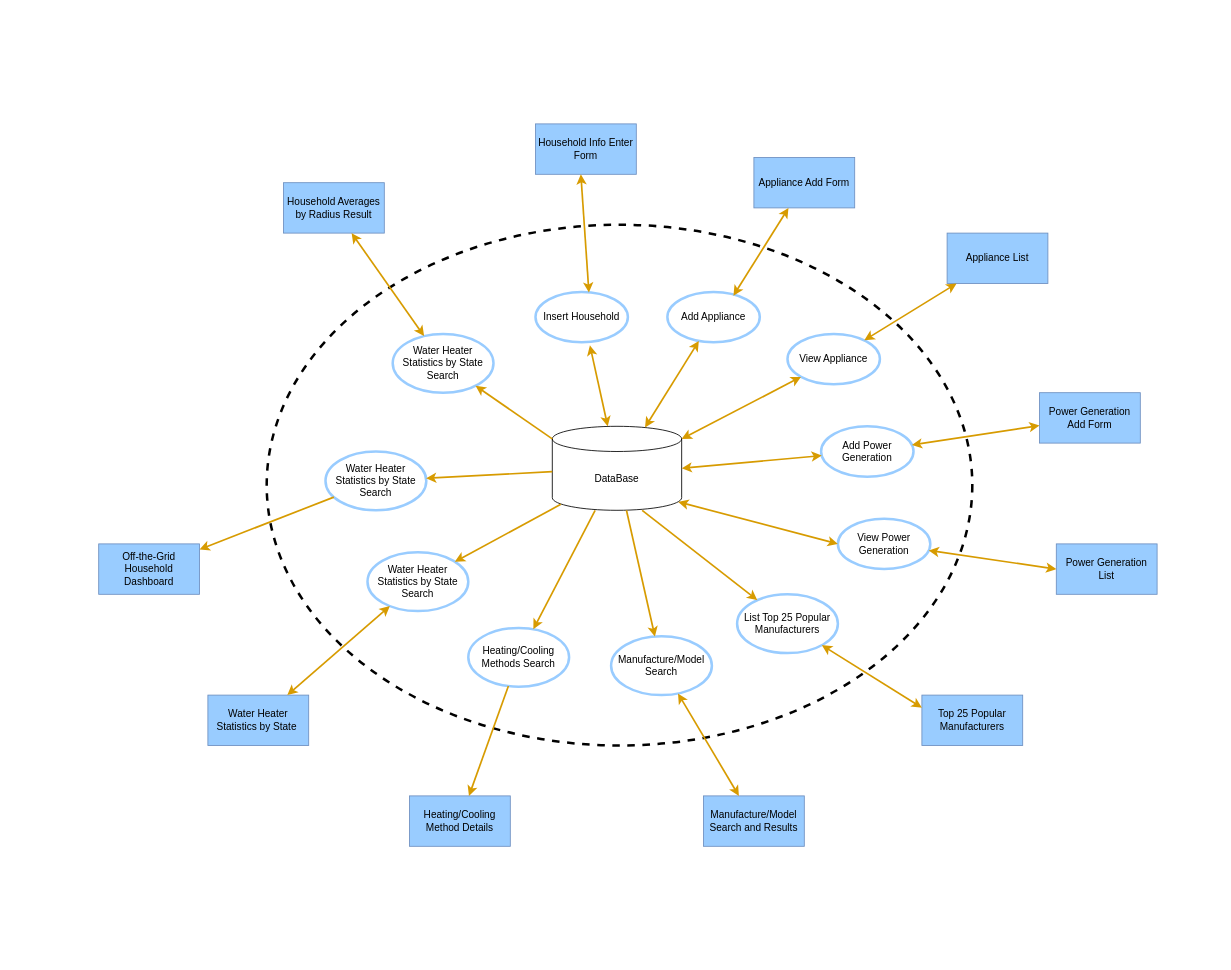
This is IFD.drawio from isteven-shu/image-library, a draw.io file, before an edit. Source tidied: cells renumbered, new cells numbered last; positions are measured from the earlier drawing's top-left corner, leaving out a move shared by most shapes. Both pictures are drawn from the tidied source at 84%, with x=0, y=0 at pixel (98, 123).
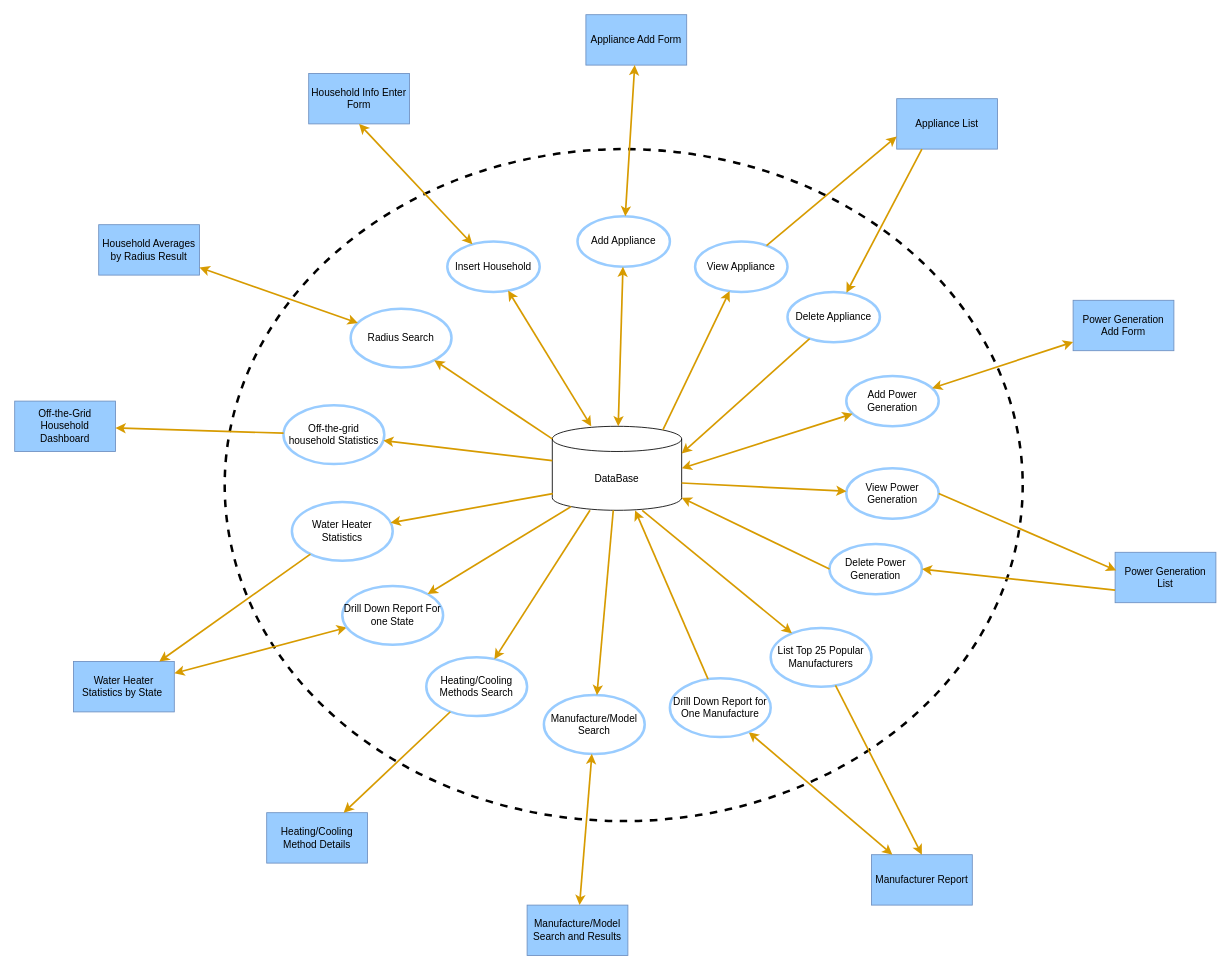
The same diagram, later.

The change refers to these unchanged cells:
```xml
<mxCell id="3" value="DataBase" style="shape=cylinder3;whiteSpace=wrap;html=1;boundedLbl=1;backgroundOutline=1;size=15;" parent="1" vertex="1">
  <mxGeometry x="540" y="360" width="154" height="100" as="geometry" />
</mxCell>
```

What changed in the source:
```diff
@@
     <mxCell id="2" style="ellipse;whiteSpace=wrap;html=1;strokeWidth=3;fillStyle=dots;dashed=1;fillColor=none;" parent="1" vertex="1">
-      <mxGeometry x="200" y="120" width="840" height="620" as="geometry" />
+      <mxGeometry x="150" y="30" width="950" height="800" as="geometry" />
     </mxCell>
@@
     <mxCell id="4" value="Household Info Enter Form" style="rounded=0;whiteSpace=wrap;html=1;fillColor=#99CCFF;strokeColor=#6c8ebf;" parent="1" vertex="1">
-      <mxGeometry x="520" width="120" height="60" as="geometry" />
+      <mxGeometry x="250" y="-60" width="120" height="60" as="geometry" />
     </mxCell>
     <mxCell id="5" value="Insert Household" style="ellipse;whiteSpace=wrap;html=1;strokeColor=#99CCFF;strokeWidth=3;" parent="1" vertex="1">
-      <mxGeometry x="520" y="200" width="110" height="60" as="geometry" />
+      <mxGeometry x="415" y="140" width="110" height="60" as="geometry" />
     </mxCell>
     <mxCell id="6" value="Appliance Add Form" style="rounded=0;whiteSpace=wrap;html=1;fillColor=#99CCFF;strokeColor=#6c8ebf;" parent="1" vertex="1">
-      <mxGeometry x="780" y="40" width="120" height="60" as="geometry" />
+      <mxGeometry x="580" y="-130" width="120" height="60" as="geometry" />
     </mxCell>
     <mxCell id="7" value="Add Appliance" style="ellipse;whiteSpace=wrap;html=1;strokeColor=#99CCFF;strokeWidth=3;" parent="1" vertex="1">
-      <mxGeometry x="677" y="200" width="110" height="60" as="geometry" />
+      <mxGeometry x="570" y="110" width="110" height="60" as="geometry" />
     </mxCell>
     <mxCell id="8" value="Appliance List" style="rounded=0;whiteSpace=wrap;html=1;fillColor=#99CCFF;strokeColor=#6c8ebf;" parent="1" vertex="1">
-      <mxGeometry x="1010" y="130" width="120" height="60" as="geometry" />
+      <mxGeometry x="950" y="-30" width="120" height="60" as="geometry" />
     </mxCell>
     <mxCell id="9" value="View Appliance" style="ellipse;whiteSpace=wrap;html=1;strokeColor=#99CCFF;strokeWidth=3;" parent="1" vertex="1">
-      <mxGeometry x="820" y="250" width="110" height="60" as="geometry" />
+      <mxGeometry x="710" y="140" width="110" height="60" as="geometry" />
     </mxCell>
     <mxCell id="10" value="Power Generation Add Form" style="rounded=0;whiteSpace=wrap;html=1;fillColor=#99CCFF;strokeColor=#6c8ebf;" parent="1" vertex="1">
-      <mxGeometry x="1120" y="320" width="120" height="60" as="geometry" />
+      <mxGeometry x="1160" y="210" width="120" height="60" as="geometry" />
     </mxCell>
     <mxCell id="11" value="Add Power Generation" style="ellipse;whiteSpace=wrap;html=1;strokeColor=#99CCFF;strokeWidth=3;" parent="1" vertex="1">
-      <mxGeometry x="860" y="360" width="110" height="60" as="geometry" />
+      <mxGeometry x="890" y="300" width="110" height="60" as="geometry" />
     </mxCell>
     <mxCell id="12" value="Power Generation List" style="rounded=0;whiteSpace=wrap;html=1;fillColor=#99CCFF;strokeColor=#6c8ebf;" parent="1" vertex="1">
-      <mxGeometry x="1140" y="500" width="120" height="60" as="geometry" />
+      <mxGeometry x="1210" y="510" width="120" height="60" as="geometry" />
     </mxCell>
     <mxCell id="13" value="View Power Generation" style="ellipse;whiteSpace=wrap;html=1;strokeColor=#99CCFF;strokeWidth=3;" parent="1" vertex="1">
-      <mxGeometry x="880" y="470" width="110" height="60" as="geometry" />
+      <mxGeometry x="890" y="410" width="110" height="60" as="geometry" />
     </mxCell>
     <mxCell id="14" value="List Top 25 Popular Manufacturers" style="ellipse;whiteSpace=wrap;html=1;strokeColor=#99CCFF;strokeWidth=3;" parent="1" vertex="1">
-      <mxGeometry x="760" y="560" width="120" height="70" as="geometry" />
+      <mxGeometry x="800" y="600" width="120" height="70" as="geometry" />
     </mxCell>
-    <mxCell id="15" value="Top 25 Popular Manufacturers" style="rounded=0;whiteSpace=wrap;html=1;fillColor=#99CCFF;strokeColor=#6c8ebf;" parent="1" vertex="1">
-      <mxGeometry x="980" y="680" width="120" height="60" as="geometry" />
+    <mxCell id="15" value="Manufacturer Report" style="rounded=0;whiteSpace=wrap;html=1;fillColor=#99CCFF;strokeColor=#6c8ebf;" parent="1" vertex="1">
+      <mxGeometry x="920" y="870" width="120" height="60" as="geometry" />
     </mxCell>
@@
     <mxCell id="17" value="Manufacture/Model Search and Results" style="rounded=0;whiteSpace=wrap;html=1;fillColor=#99CCFF;strokeColor=#6c8ebf;" parent="1" vertex="1">
-      <mxGeometry x="720" y="800" width="120" height="60" as="geometry" />
+      <mxGeometry x="510" y="930" width="120" height="60" as="geometry" />
     </mxCell>
     <mxCell id="18" value="Manufacture/Model Search" style="ellipse;whiteSpace=wrap;html=1;strokeColor=#99CCFF;strokeWidth=3;" parent="1" vertex="1">
-      <mxGeometry x="610" y="610" width="120" height="70" as="geometry" />
+      <mxGeometry x="530" y="680" width="120" height="70" as="geometry" />
     </mxCell>
@@
     <mxCell id="21" value="Heating/Cooling Method Details" style="rounded=0;whiteSpace=wrap;html=1;fillColor=#99CCFF;strokeColor=#6c8ebf;" parent="1" vertex="1">
-      <mxGeometry x="370" y="800" width="120" height="60" as="geometry" />
+      <mxGeometry x="200" y="820" width="120" height="60" as="geometry" />
     </mxCell>
     <mxCell id="22" value="Heating/Cooling Methods Search" style="ellipse;whiteSpace=wrap;html=1;strokeColor=#99CCFF;strokeWidth=3;" parent="1" vertex="1">
-      <mxGeometry x="440" y="600" width="120" height="70" as="geometry" />
+      <mxGeometry x="390" y="635" width="120" height="70" as="geometry" />
     </mxCell>
@@
     <mxCell id="25" value="Water Heater Statistics by State&amp;nbsp;" style="rounded=0;whiteSpace=wrap;html=1;fillColor=#99CCFF;strokeColor=#6c8ebf;" parent="1" vertex="1">
-      <mxGeometry x="130" y="680" width="120" height="60" as="geometry" />
+      <mxGeometry x="-30" y="640" width="120" height="60" as="geometry" />
     </mxCell>
-    <mxCell id="26" value="Water Heater Statistics by State Search" style="ellipse;whiteSpace=wrap;html=1;strokeColor=#99CCFF;strokeWidth=3;" parent="1" vertex="1">
-      <mxGeometry x="320" y="510" width="120" height="70" as="geometry" />
+    <mxCell id="26" value="Water Heater Statistics" style="ellipse;whiteSpace=wrap;html=1;strokeColor=#99CCFF;strokeWidth=3;" parent="1" vertex="1">
+      <mxGeometry x="230" y="450" width="120" height="70" as="geometry" />
     </mxCell>
-    <mxCell id="27" style="endArrow=classic;html=1;rounded=0;fillColor=#ffe6cc;strokeColor=#d79b00;strokeWidth=2;exitX=0.066;exitY=0.929;exitDx=0;exitDy=0;exitPerimeter=0;" parent="1" edge="1" source="3" target="26">
+    <mxCell id="27" style="endArrow=classic;html=1;rounded=0;fillColor=#ffe6cc;strokeColor=#d79b00;strokeWidth=2;exitX=0.004;exitY=0.802;exitDx=0;exitDy=0;exitPerimeter=0;" parent="1" edge="1" source="3" target="26">
       <mxGeometry relative="1" as="geometry" />
     </mxCell>
     <mxCell id="28" value="Off-the-Grid Household Dashboard" style="rounded=0;whiteSpace=wrap;html=1;fillColor=#99CCFF;strokeColor=#6c8ebf;" parent="1" vertex="1">
-      <mxGeometry y="500" width="120" height="60" as="geometry" />
+      <mxGeometry x="-100" y="330" width="120" height="60" as="geometry" />
     </mxCell>
-    <mxCell id="29" value="Water Heater Statistics by State Search" style="ellipse;whiteSpace=wrap;html=1;strokeColor=#99CCFF;strokeWidth=3;" parent="1" vertex="1">
-      <mxGeometry x="270" y="390" width="120" height="70" as="geometry" />
+    <mxCell id="29" value="Off-the-grid household Statistics" style="ellipse;whiteSpace=wrap;html=1;strokeColor=#99CCFF;strokeWidth=3;" parent="1" vertex="1">
+      <mxGeometry x="220" y="335" width="120" height="70" as="geometry" />
     </mxCell>
@@
     <mxCell id="32" value="Household Averages by Radius Result" style="rounded=0;whiteSpace=wrap;html=1;fillColor=#99CCFF;strokeColor=#6c8ebf;" parent="1" vertex="1">
-      <mxGeometry x="220" y="70" width="120" height="60" as="geometry" />
+      <mxGeometry y="120" width="120" height="60" as="geometry" />
     </mxCell>
-    <mxCell id="33" value="Water Heater Statistics by State Search" style="ellipse;whiteSpace=wrap;html=1;strokeColor=#99CCFF;strokeWidth=3;" parent="1" vertex="1">
-      <mxGeometry x="350" y="250" width="120" height="70" as="geometry" />
+    <mxCell id="33" value="Radius Search" style="ellipse;whiteSpace=wrap;html=1;strokeColor=#99CCFF;strokeWidth=3;" parent="1" vertex="1">
+      <mxGeometry x="300" y="220" width="120" height="70" as="geometry" />
     </mxCell>
@@
-    <mxCell id="35" style="endArrow=classic;startArrow=classic;html=1;rounded=0;strokeWidth=2;strokeColor=#d79b00;fillColor=#ffe6cc;" parent="1" edge="1" source="8" target="9">
-      <mxGeometry relative="1" as="geometry" />
-    </mxCell>
-    <mxCell id="36" style="endArrow=classic;startArrow=classic;html=1;rounded=0;strokeWidth=2;strokeColor=#d79b00;fillColor=#ffe6cc;entryX=0;entryY=1;entryDx=0;entryDy=0;exitX=1;exitY=0;exitDx=0;exitDy=15;exitPerimeter=0;" parent="1" edge="1" source="3" target="9">
-      <mxGeometry relative="1" as="geometry" />
-    </mxCell>
-    <mxCell id="37" style="endArrow=classic;startArrow=classic;html=1;rounded=0;strokeWidth=2;strokeColor=#d79b00;fillColor=#ffe6cc;exitX=0;exitY=0.5;exitDx=0;exitDy=0;" parent="1" edge="1" source="13">
-      <mxGeometry relative="1" as="geometry">
-        <mxPoint x="690" y="450" as="targetPoint" />
-      </mxGeometry>
-    </mxCell>
-    <mxCell id="38" style="endArrow=classic;startArrow=classic;html=1;rounded=0;strokeWidth=2;strokeColor=#d79b00;fillColor=#ffe6cc;exitX=0;exitY=0.5;exitDx=0;exitDy=0;" parent="1" edge="1" source="12" target="13">
-      <mxGeometry relative="1" as="geometry" />
-    </mxCell>
@@
-    <mxCell id="40" style="endArrow=classic;startArrow=classic;html=1;rounded=0;strokeWidth=2;strokeColor=#d79b00;fillColor=#ffe6cc;exitX=0.578;exitY=0.013;exitDx=0;exitDy=0;exitPerimeter=0;" parent="1" edge="1" source="5">
-      <mxGeometry relative="1" as="geometry">
-        <mxPoint x="574" y="60" as="targetPoint" />
-      </mxGeometry>
+    <mxCell id="40" style="endArrow=classic;startArrow=classic;html=1;rounded=0;strokeWidth=2;strokeColor=#d79b00;fillColor=#ffe6cc;entryX=0.5;entryY=1;entryDx=0;entryDy=0;" parent="1" edge="1" source="5" target="4">
+      <mxGeometry relative="1" as="geometry" />
     </mxCell>
-    <mxCell id="41" style="endArrow=classic;startArrow=classic;html=1;rounded=0;strokeWidth=2;strokeColor=#d79b00;fillColor=#ffe6cc;entryX=0.589;entryY=1.061;entryDx=0;entryDy=0;entryPerimeter=0;" parent="1" edge="1" source="3" target="5">
+    <mxCell id="41" style="endArrow=classic;startArrow=classic;html=1;rounded=0;strokeWidth=2;strokeColor=#d79b00;fillColor=#ffe6cc;" parent="1" edge="1" source="3" target="5">
       <mxGeometry relative="1" as="geometry" />
     </mxCell>
-    <mxCell id="42" style="endArrow=classic;startArrow=classic;html=1;rounded=0;strokeWidth=2;strokeColor=#d79b00;fillColor=#ffe6cc;exitX=0.717;exitY=0.013;exitDx=0;exitDy=0;exitPerimeter=0;" parent="1" edge="1" source="3" target="7">
+    <mxCell id="42" style="endArrow=classic;startArrow=classic;html=1;rounded=0;strokeWidth=2;strokeColor=#d79b00;fillColor=#ffe6cc;" parent="1" edge="1" source="3" target="7">
       <mxGeometry relative="1" as="geometry" />
     </mxCell>
-    <mxCell id="43" style="endArrow=classic;startArrow=classic;html=1;rounded=0;strokeWidth=2;strokeColor=#d79b00;fillColor=#ffe6cc;exitX=0.715;exitY=0.074;exitDx=0;exitDy=0;exitPerimeter=0;" parent="1" edge="1" source="7" target="6">
+    <mxCell id="43" style="endArrow=classic;startArrow=classic;html=1;rounded=0;strokeWidth=2;strokeColor=#d79b00;fillColor=#ffe6cc;" parent="1" edge="1" source="7" target="6">
       <mxGeometry relative="1" as="geometry" />
     </mxCell>
@@
-    <mxCell id="46" style="endArrow=classic;startArrow=classic;html=1;rounded=0;strokeWidth=2;strokeColor=#d79b00;fillColor=#ffe6cc;entryX=0;entryY=0.25;entryDx=0;entryDy=0;" parent="1" edge="1" source="14" target="15">
+    <mxCell id="46" style="endArrow=classic;startArrow=classic;html=1;rounded=0;strokeWidth=2;strokeColor=#d79b00;fillColor=#ffe6cc;" parent="1" edge="1" source="57" target="15">
       <mxGeometry relative="1" as="geometry" />
     </mxCell>
-    <mxCell id="47" style="endArrow=classic;startArrow=classic;html=1;rounded=0;strokeWidth=2;strokeColor=#d79b00;fillColor=#ffe6cc;" parent="1" edge="1" source="25" target="26">
+    <mxCell id="47" style="endArrow=classic;startArrow=classic;html=1;rounded=0;strokeWidth=2;strokeColor=#d79b00;fillColor=#ffe6cc;" parent="1" edge="1" source="25" target="60">
       <mxGeometry relative="1" as="geometry" />
     </mxCell>
+    <mxCell id="36" style="endArrow=classic;html=1;rounded=0;fillColor=#ffe6cc;strokeColor=#d79b00;strokeWidth=2;exitX=0.855;exitY=0;exitDx=0;exitDy=4.35;exitPerimeter=0;" parent="1" edge="1" source="3" target="9">
+      <mxGeometry relative="1" as="geometry" />
+    </mxCell>
+    <mxCell id="48" style="endArrow=classic;html=1;rounded=0;fillColor=#ffe6cc;strokeColor=#d79b00;strokeWidth=2;entryX=0;entryY=0.75;entryDx=0;entryDy=0;" parent="1" edge="1" source="9" target="8">
+      <mxGeometry relative="1" as="geometry" />
+    </mxCell>
+    <mxCell id="49" value="Delete Appliance" style="ellipse;whiteSpace=wrap;html=1;strokeColor=#99CCFF;strokeWidth=3;" parent="1" vertex="1">
+      <mxGeometry x="820" y="200" width="110" height="60" as="geometry" />
+    </mxCell>
+    <mxCell id="50" style="endArrow=classic;html=1;rounded=0;fillColor=#ffe6cc;strokeColor=#d79b00;strokeWidth=2;entryX=1;entryY=0;entryDx=0;entryDy=32.5;entryPerimeter=0;" parent="1" edge="1" source="49" target="3">
+      <mxGeometry relative="1" as="geometry" />
+    </mxCell>
+    <mxCell id="51" style="endArrow=classic;html=1;rounded=0;fillColor=#ffe6cc;strokeColor=#d79b00;strokeWidth=2;exitX=0.25;exitY=1;exitDx=0;exitDy=0;" parent="1" edge="1" source="8" target="49">
+      <mxGeometry relative="1" as="geometry" />
+    </mxCell>
+    <mxCell id="52" value="Delete Power Generation" style="ellipse;whiteSpace=wrap;html=1;strokeColor=#99CCFF;strokeWidth=3;" parent="1" vertex="1">
+      <mxGeometry x="870" y="500" width="110" height="60" as="geometry" />
+    </mxCell>
+    <mxCell id="53" style="endArrow=classic;html=1;rounded=0;fillColor=#ffe6cc;strokeColor=#d79b00;strokeWidth=2;exitX=1;exitY=0;exitDx=0;exitDy=67.5;exitPerimeter=0;" parent="1" edge="1" source="3" target="13">
+      <mxGeometry relative="1" as="geometry" />
+    </mxCell>
+    <mxCell id="54" style="endArrow=classic;html=1;rounded=0;fillColor=#ffe6cc;strokeColor=#d79b00;strokeWidth=2;exitX=1;exitY=0.5;exitDx=0;exitDy=0;entryX=0.012;entryY=0.36;entryDx=0;entryDy=0;entryPerimeter=0;" parent="1" edge="1" source="13" target="12">
+      <mxGeometry relative="1" as="geometry" />
+    </mxCell>
+    <mxCell id="55" style="endArrow=classic;html=1;rounded=0;fillColor=#ffe6cc;strokeColor=#d79b00;strokeWidth=2;exitX=0;exitY=0.75;exitDx=0;exitDy=0;entryX=1;entryY=0.5;entryDx=0;entryDy=0;" parent="1" edge="1" source="12" target="52">
+      <mxGeometry relative="1" as="geometry" />
+    </mxCell>
+    <mxCell id="56" style="endArrow=classic;html=1;rounded=0;fillColor=#ffe6cc;strokeColor=#d79b00;strokeWidth=2;exitX=0;exitY=0.5;exitDx=0;exitDy=0;entryX=1;entryY=1;entryDx=0;entryDy=-15;entryPerimeter=0;" parent="1" edge="1" source="52" target="3">
+      <mxGeometry relative="1" as="geometry" />
+    </mxCell>
+    <mxCell id="57" value="Drill Down Report for One Manufacture" style="ellipse;whiteSpace=wrap;html=1;strokeColor=#99CCFF;strokeWidth=3;" parent="1" vertex="1">
+      <mxGeometry x="680" y="660" width="120" height="70" as="geometry" />
+    </mxCell>
+    <mxCell id="58" style="endArrow=classic;html=1;rounded=0;fillColor=#ffe6cc;strokeColor=#d79b00;strokeWidth=2;entryX=0.5;entryY=0;entryDx=0;entryDy=0;" parent="1" edge="1" source="14" target="15">
+      <mxGeometry relative="1" as="geometry" />
+    </mxCell>
+    <mxCell id="59" style="endArrow=classic;html=1;rounded=0;fillColor=#ffe6cc;strokeColor=#d79b00;strokeWidth=2;" parent="1" edge="1" source="57" target="3">
+      <mxGeometry relative="1" as="geometry" />
+    </mxCell>
+    <mxCell id="60" value="Drill Down Report For one State" style="ellipse;whiteSpace=wrap;html=1;strokeColor=#99CCFF;strokeWidth=3;" parent="1" vertex="1">
+      <mxGeometry x="290" y="550" width="120" height="70" as="geometry" />
+    </mxCell>
+    <mxCell id="61" style="endArrow=classic;html=1;rounded=0;fillColor=#ffe6cc;strokeColor=#d79b00;strokeWidth=2;exitX=0.145;exitY=1;exitDx=0;exitDy=-4.35;exitPerimeter=0;" parent="1" edge="1" source="3" target="60">
+      <mxGeometry relative="1" as="geometry" />
+    </mxCell>
+    <mxCell id="62" style="endArrow=classic;html=1;rounded=0;fillColor=#ffe6cc;strokeColor=#d79b00;strokeWidth=2;" parent="1" edge="1" source="26" target="25">
+      <mxGeometry relative="1" as="geometry" />
+    </mxCell>
```
